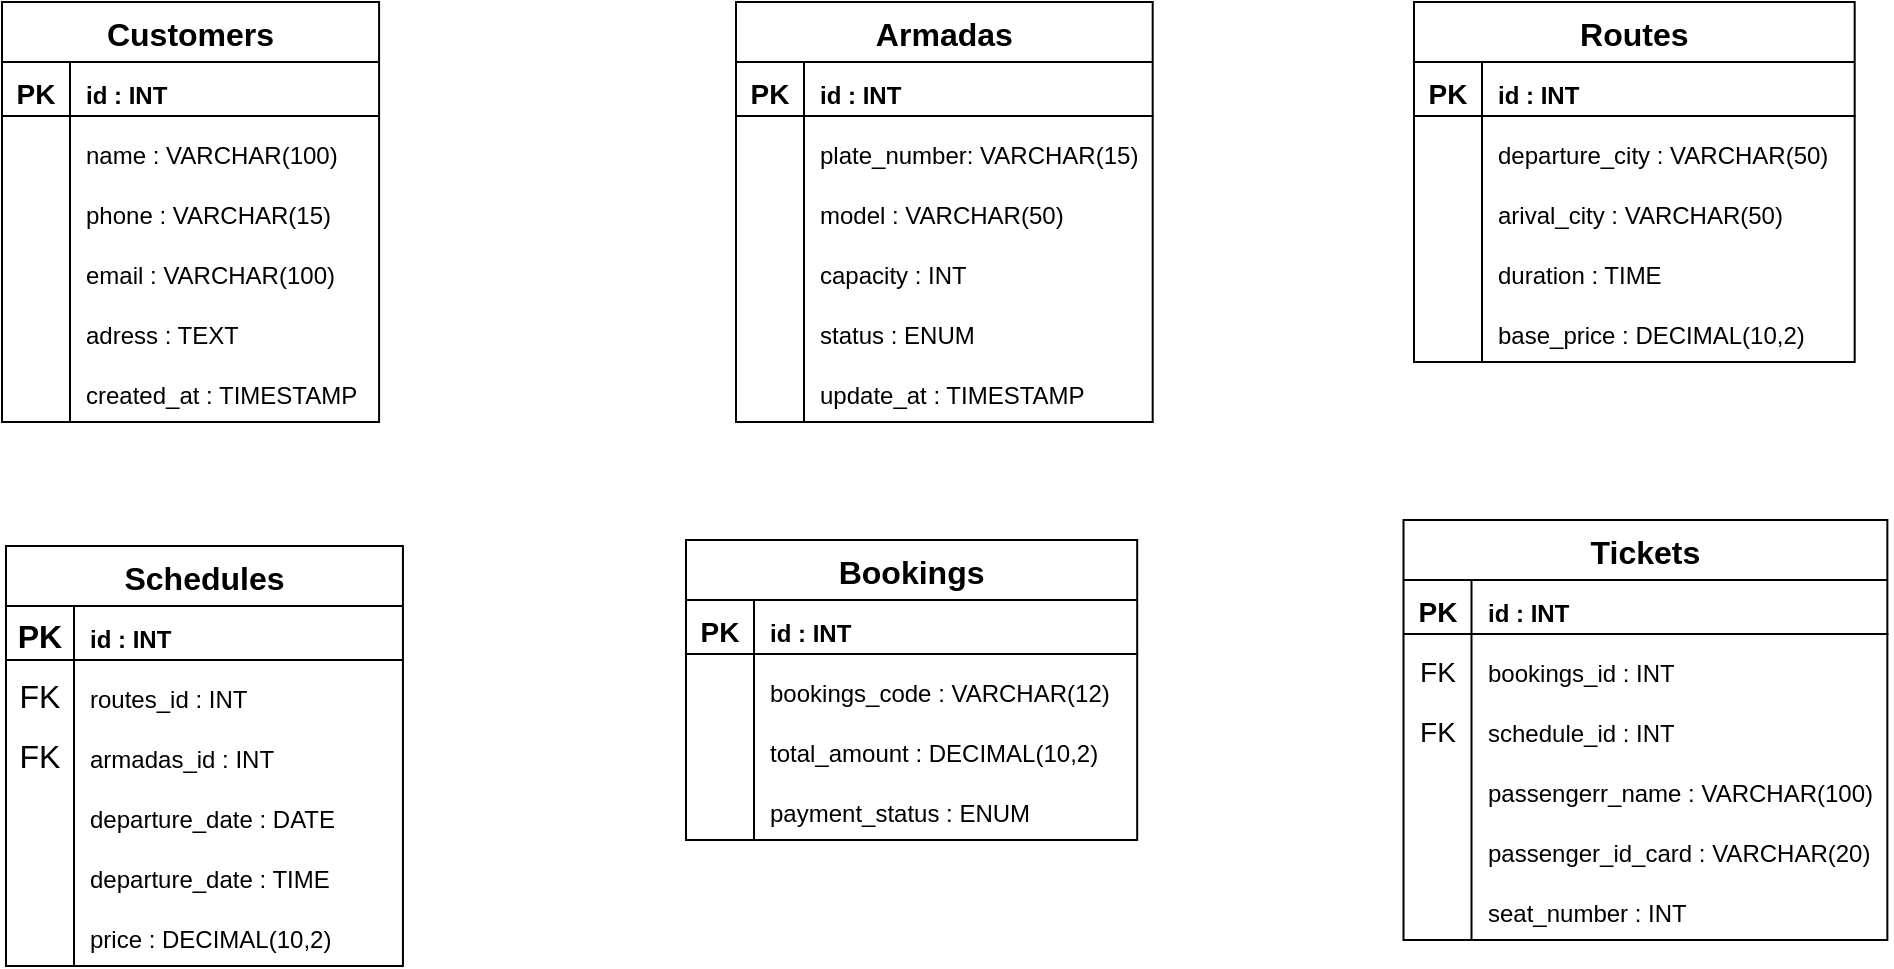
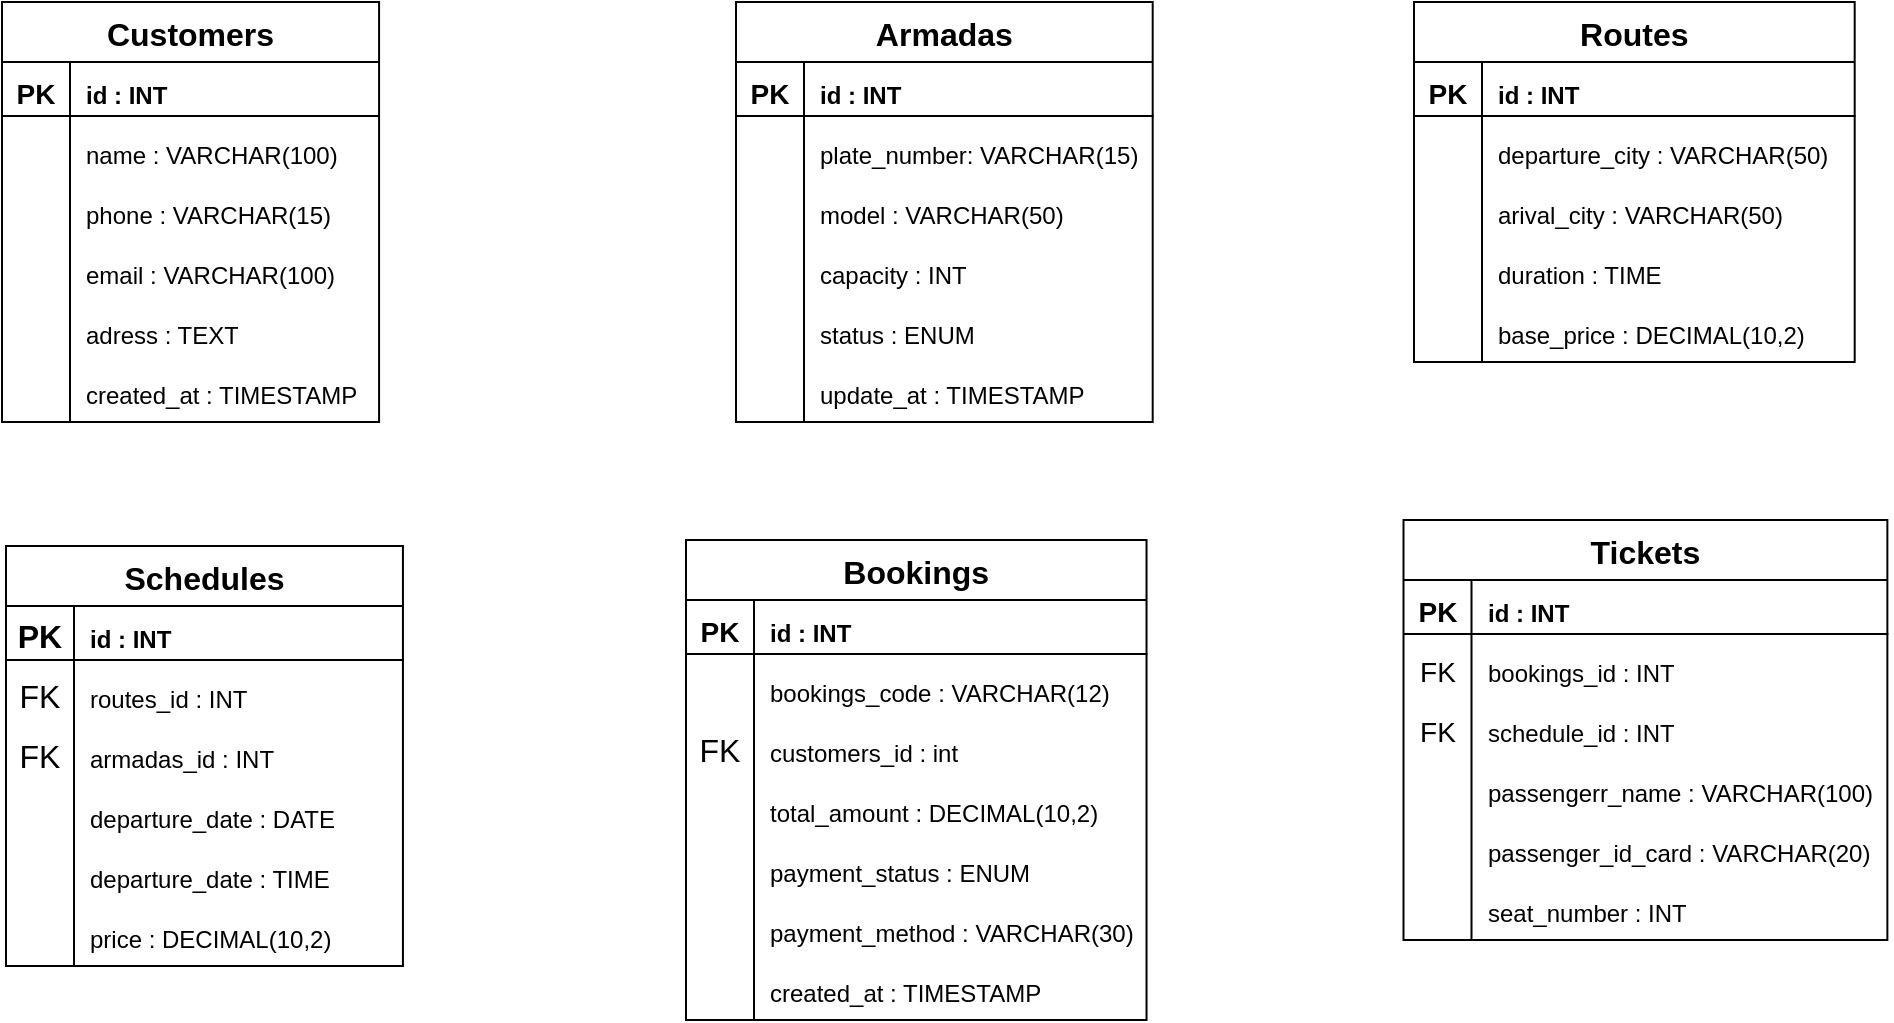
<mxfile host="Electron">
  <diagram name="Page-1" id="kJ8Mc6y_ZzB0DB1dgNBE">
    <mxGraphModel dx="1439" dy="849" grid="0" gridSize="10" guides="1" tooltips="1" connect="1" arrows="1" fold="1" page="1" pageScale="1" pageWidth="1169" pageHeight="827" background="#ffffff" math="0" shadow="0">
      <root>
        <mxCell id="0" />
        <mxCell id="1" parent="0" />
        <mxCell id="spA_d-TOyame6YQLWrdW-179" parent="1" style="shape=table;startSize=30;container=1;collapsible=0;childLayout=tableLayout;fixedRows=1;rowLines=0;fontStyle=1;strokeColor=#000000;fontSize=16;fontColor=#000000;fillColor=#FFFFFF;" value="Customers" vertex="1">
          <mxGeometry height="210" width="188.54173932756737" x="130" y="88" as="geometry" />
        </mxCell>
        <mxCell id="spA_d-TOyame6YQLWrdW-180" parent="spA_d-TOyame6YQLWrdW-179" style="shape=tableRow;horizontal=0;startSize=0;swimlaneHead=0;swimlaneBody=0;top=0;left=0;bottom=0;right=0;collapsible=0;dropTarget=0;fillColor=none;points=[[0,0.5],[1,0.5]];portConstraint=eastwest;strokeColor=inherit;fontSize=16;" value="" vertex="1">
          <mxGeometry height="30" width="188.54173932756737" y="30" as="geometry" />
        </mxCell>
        <mxCell id="spA_d-TOyame6YQLWrdW-181" parent="spA_d-TOyame6YQLWrdW-180" style="shape=partialRectangle;html=1;whiteSpace=wrap;connectable=0;fillColor=none;top=0;left=0;bottom=0;right=0;overflow=hidden;pointerEvents=1;strokeColor=#000000;fontSize=16;fontColor=#000000;" value="&lt;b&gt;&lt;font style=&quot;font-size: 14px;&quot;&gt;PK&lt;/font&gt;&lt;/b&gt;" vertex="1">
          <mxGeometry height="30" width="34" as="geometry">
            <mxRectangle height="30" width="34" as="alternateBounds" />
          </mxGeometry>
        </mxCell>
        <mxCell id="spA_d-TOyame6YQLWrdW-182" parent="spA_d-TOyame6YQLWrdW-180" style="shape=partialRectangle;html=1;whiteSpace=wrap;connectable=0;fillColor=none;top=0;left=0;bottom=0;right=0;align=left;spacingLeft=6;overflow=hidden;strokeColor=#000000;fontSize=16;fontColor=#000000;" value="&lt;font style=&quot;font-size: 12px;&quot;&gt;&lt;b&gt;id : INT&lt;/b&gt;&lt;/font&gt;" vertex="1">
          <mxGeometry height="30" width="155" x="34" as="geometry">
            <mxRectangle height="30" width="155" as="alternateBounds" />
          </mxGeometry>
        </mxCell>
        <mxCell id="spA_d-TOyame6YQLWrdW-183" parent="spA_d-TOyame6YQLWrdW-179" style="shape=tableRow;horizontal=0;startSize=0;swimlaneHead=0;swimlaneBody=0;top=0;left=0;bottom=0;right=0;collapsible=0;dropTarget=0;fillColor=none;points=[[0,0.5],[1,0.5]];portConstraint=eastwest;strokeColor=inherit;fontSize=16;" value="" vertex="1">
          <mxGeometry height="30" width="188.54173932756737" y="60" as="geometry" />
        </mxCell>
        <mxCell id="spA_d-TOyame6YQLWrdW-184" parent="spA_d-TOyame6YQLWrdW-183" style="shape=partialRectangle;html=1;whiteSpace=wrap;connectable=0;fillColor=none;top=0;left=0;bottom=0;right=0;overflow=hidden;strokeColor=inherit;fontSize=16;fontColor=#000000;" value="" vertex="1">
          <mxGeometry height="30" width="34" as="geometry">
            <mxRectangle height="30" width="34" as="alternateBounds" />
          </mxGeometry>
        </mxCell>
        <mxCell id="spA_d-TOyame6YQLWrdW-185" parent="spA_d-TOyame6YQLWrdW-183" style="shape=partialRectangle;html=1;whiteSpace=wrap;connectable=0;fillColor=none;top=0;left=0;bottom=0;right=0;align=left;spacingLeft=6;overflow=hidden;strokeColor=inherit;fontSize=16;fontColor=#000000;" value="&lt;span style=&quot;color: rgb(0, 0, 0); font-size: 12px;&quot;&gt;name :&amp;nbsp;&lt;/span&gt;&lt;span style=&quot;color: rgb(0, 0, 0); font-size: 12px; text-align: center;&quot;&gt;VARCHAR(100)&lt;/span&gt;" vertex="1">
          <mxGeometry height="30" width="155" x="34" as="geometry">
            <mxRectangle height="30" width="155" as="alternateBounds" />
          </mxGeometry>
        </mxCell>
        <mxCell id="spA_d-TOyame6YQLWrdW-186" parent="spA_d-TOyame6YQLWrdW-179" style="shape=tableRow;horizontal=0;startSize=0;swimlaneHead=0;swimlaneBody=0;top=0;left=0;bottom=0;right=0;collapsible=0;dropTarget=0;fillColor=none;points=[[0,0.5],[1,0.5]];portConstraint=eastwest;strokeColor=inherit;fontSize=16;" value="" vertex="1">
          <mxGeometry height="30" width="188.54173932756737" y="90" as="geometry" />
        </mxCell>
        <mxCell id="spA_d-TOyame6YQLWrdW-187" parent="spA_d-TOyame6YQLWrdW-186" style="shape=partialRectangle;html=1;whiteSpace=wrap;connectable=0;fillColor=none;top=0;left=0;bottom=0;right=0;overflow=hidden;strokeColor=inherit;fontSize=16;fontColor=#000000;" value="" vertex="1">
          <mxGeometry height="30" width="34" as="geometry">
            <mxRectangle height="30" width="34" as="alternateBounds" />
          </mxGeometry>
        </mxCell>
        <mxCell id="spA_d-TOyame6YQLWrdW-188" parent="spA_d-TOyame6YQLWrdW-186" style="shape=partialRectangle;html=1;whiteSpace=wrap;connectable=0;fillColor=none;top=0;left=0;bottom=0;right=0;align=left;spacingLeft=6;overflow=hidden;strokeColor=inherit;fontSize=16;fontColor=#000000;" value="&lt;span style=&quot;color: rgb(0, 0, 0); font-size: 12px;&quot;&gt;phone :&amp;nbsp;&lt;/span&gt;&lt;span style=&quot;color: rgb(0, 0, 0); font-size: 12px; text-align: center;&quot;&gt;VARCHAR(15)&lt;/span&gt;" vertex="1">
          <mxGeometry height="30" width="155" x="34" as="geometry">
            <mxRectangle height="30" width="155" as="alternateBounds" />
          </mxGeometry>
        </mxCell>
        <mxCell id="Xo8xpW6T9qOqPY2RvKqo-4" parent="spA_d-TOyame6YQLWrdW-179" style="shape=tableRow;horizontal=0;startSize=0;swimlaneHead=0;swimlaneBody=0;top=0;left=0;bottom=0;right=0;collapsible=0;dropTarget=0;fillColor=none;points=[[0,0.5],[1,0.5]];portConstraint=eastwest;strokeColor=inherit;fontSize=16;" value="" vertex="1">
          <mxGeometry height="30" width="188.54173932756737" y="120" as="geometry" />
        </mxCell>
        <mxCell id="Xo8xpW6T9qOqPY2RvKqo-5" parent="Xo8xpW6T9qOqPY2RvKqo-4" style="shape=partialRectangle;html=1;whiteSpace=wrap;connectable=0;fillColor=none;top=0;left=0;bottom=0;right=0;overflow=hidden;strokeColor=inherit;fontSize=16;fontColor=#000000;" value="" vertex="1">
          <mxGeometry height="30" width="34" as="geometry">
            <mxRectangle height="30" width="34" as="alternateBounds" />
          </mxGeometry>
        </mxCell>
        <mxCell id="Xo8xpW6T9qOqPY2RvKqo-6" parent="Xo8xpW6T9qOqPY2RvKqo-4" style="shape=partialRectangle;html=1;whiteSpace=wrap;connectable=0;fillColor=none;top=0;left=0;bottom=0;right=0;align=left;spacingLeft=6;overflow=hidden;strokeColor=inherit;fontSize=16;fontColor=#000000;" value="&lt;span style=&quot;color: rgb(0, 0, 0); font-size: 12px;&quot;&gt;email :&amp;nbsp;&lt;/span&gt;&lt;span style=&quot;color: rgb(0, 0, 0); font-size: 12px; text-align: center;&quot;&gt;VARCHAR(100)&lt;/span&gt;" vertex="1">
          <mxGeometry height="30" width="155" x="34" as="geometry">
            <mxRectangle height="30" width="155" as="alternateBounds" />
          </mxGeometry>
        </mxCell>
        <mxCell id="4wj_1gfYNaP55m7zzhlJ-24" parent="spA_d-TOyame6YQLWrdW-179" style="shape=tableRow;horizontal=0;startSize=0;swimlaneHead=0;swimlaneBody=0;top=0;left=0;bottom=0;right=0;collapsible=0;dropTarget=0;fillColor=none;points=[[0,0.5],[1,0.5]];portConstraint=eastwest;strokeColor=inherit;fontSize=16;" value="" vertex="1">
          <mxGeometry height="30" width="188.54173932756737" y="150" as="geometry" />
        </mxCell>
        <mxCell id="4wj_1gfYNaP55m7zzhlJ-25" parent="4wj_1gfYNaP55m7zzhlJ-24" style="shape=partialRectangle;html=1;whiteSpace=wrap;connectable=0;fillColor=none;top=0;left=0;bottom=0;right=0;overflow=hidden;strokeColor=inherit;fontSize=16;fontColor=#000000;" value="" vertex="1">
          <mxGeometry height="30" width="34" as="geometry">
            <mxRectangle height="30" width="34" as="alternateBounds" />
          </mxGeometry>
        </mxCell>
        <mxCell id="4wj_1gfYNaP55m7zzhlJ-26" parent="4wj_1gfYNaP55m7zzhlJ-24" style="shape=partialRectangle;html=1;whiteSpace=wrap;connectable=0;fillColor=none;top=0;left=0;bottom=0;right=0;align=left;spacingLeft=6;overflow=hidden;strokeColor=inherit;fontSize=16;fontColor=#000000;" value="&lt;div style=&quot;text-align: center;&quot;&gt;&lt;span style=&quot;color: rgb(0, 0, 0); font-size: 12px; background-color: transparent;&quot;&gt;adress : TEXT&lt;/span&gt;&lt;/div&gt;" vertex="1">
          <mxGeometry height="30" width="155" x="34" as="geometry">
            <mxRectangle height="30" width="155" as="alternateBounds" />
          </mxGeometry>
        </mxCell>
        <mxCell id="4wj_1gfYNaP55m7zzhlJ-27" parent="spA_d-TOyame6YQLWrdW-179" style="shape=tableRow;horizontal=0;startSize=0;swimlaneHead=0;swimlaneBody=0;top=0;left=0;bottom=0;right=0;collapsible=0;dropTarget=0;fillColor=none;points=[[0,0.5],[1,0.5]];portConstraint=eastwest;strokeColor=inherit;fontSize=16;" value="" vertex="1">
          <mxGeometry height="30" width="188.54173932756737" y="180" as="geometry" />
        </mxCell>
        <mxCell id="4wj_1gfYNaP55m7zzhlJ-28" parent="4wj_1gfYNaP55m7zzhlJ-27" style="shape=partialRectangle;html=1;whiteSpace=wrap;connectable=0;fillColor=none;top=0;left=0;bottom=0;right=0;overflow=hidden;strokeColor=inherit;fontSize=16;fontColor=#000000;" value="" vertex="1">
          <mxGeometry height="30" width="34" as="geometry">
            <mxRectangle height="30" width="34" as="alternateBounds" />
          </mxGeometry>
        </mxCell>
        <mxCell id="4wj_1gfYNaP55m7zzhlJ-29" parent="4wj_1gfYNaP55m7zzhlJ-27" style="shape=partialRectangle;html=1;whiteSpace=wrap;connectable=0;fillColor=none;top=0;left=0;bottom=0;right=0;align=left;spacingLeft=6;overflow=hidden;strokeColor=inherit;fontSize=16;fontColor=#000000;" value="&lt;div style=&quot;text-align: center;&quot;&gt;&lt;span style=&quot;color: rgb(0, 0, 0); font-size: 12px; background-color: transparent;&quot;&gt;created_at : TIMESTAMP&lt;/span&gt;&lt;/div&gt;" vertex="1">
          <mxGeometry height="30" width="155" x="34" as="geometry">
            <mxRectangle height="30" width="155" as="alternateBounds" />
          </mxGeometry>
        </mxCell>
        <mxCell id="Xo8xpW6T9qOqPY2RvKqo-3" edge="1" parent="spA_d-TOyame6YQLWrdW-179" source="spA_d-TOyame6YQLWrdW-180" style="endArrow=none;html=1;rounded=0;strokeColor=#000000;entryX=1.002;entryY=0.898;entryDx=0;entryDy=0;entryPerimeter=0;exitX=0;exitY=0.9;exitDx=0;exitDy=0;exitPerimeter=0;" target="spA_d-TOyame6YQLWrdW-180" value="">
          <mxGeometry height="50" relative="1" width="50" as="geometry">
            <mxPoint x="72" y="102" as="sourcePoint" />
            <mxPoint x="122" y="52" as="targetPoint" />
          </mxGeometry>
        </mxCell>
        <mxCell id="Xo8xpW6T9qOqPY2RvKqo-7" parent="1" style="shape=table;startSize=30;container=1;collapsible=0;childLayout=tableLayout;fixedRows=1;rowLines=0;fontStyle=1;strokeColor=#000000;fontSize=16;fontColor=#000000;fillColor=#FFFFFF;" value="Armadas" vertex="1">
          <mxGeometry height="210" width="208.34497754179932" x="497" y="88" as="geometry" />
        </mxCell>
        <mxCell id="Xo8xpW6T9qOqPY2RvKqo-8" parent="Xo8xpW6T9qOqPY2RvKqo-7" style="shape=tableRow;horizontal=0;startSize=0;swimlaneHead=0;swimlaneBody=0;top=0;left=0;bottom=0;right=0;collapsible=0;dropTarget=0;fillColor=none;points=[[0,0.5],[1,0.5]];portConstraint=eastwest;strokeColor=inherit;fontSize=16;" value="" vertex="1">
          <mxGeometry height="30" width="208.34497754179932" y="30" as="geometry" />
        </mxCell>
        <mxCell id="Xo8xpW6T9qOqPY2RvKqo-9" parent="Xo8xpW6T9qOqPY2RvKqo-8" style="shape=partialRectangle;html=1;whiteSpace=wrap;connectable=0;fillColor=none;top=0;left=0;bottom=0;right=0;overflow=hidden;pointerEvents=1;strokeColor=#000000;fontSize=16;fontColor=#000000;" value="&lt;b&gt;&lt;font style=&quot;font-size: 14px;&quot;&gt;PK&lt;/font&gt;&lt;/b&gt;" vertex="1">
          <mxGeometry height="30" width="34" as="geometry">
            <mxRectangle height="30" width="34" as="alternateBounds" />
          </mxGeometry>
        </mxCell>
        <mxCell id="Xo8xpW6T9qOqPY2RvKqo-10" parent="Xo8xpW6T9qOqPY2RvKqo-8" style="shape=partialRectangle;html=1;whiteSpace=wrap;connectable=0;fillColor=none;top=0;left=0;bottom=0;right=0;align=left;spacingLeft=6;overflow=hidden;strokeColor=#000000;fontSize=16;fontColor=#000000;" value="&lt;font style=&quot;font-size: 12px;&quot;&gt;&lt;b&gt;id : INT&lt;/b&gt;&lt;/font&gt;" vertex="1">
          <mxGeometry height="30" width="174" x="34" as="geometry">
            <mxRectangle height="30" width="174" as="alternateBounds" />
          </mxGeometry>
        </mxCell>
        <mxCell id="Xo8xpW6T9qOqPY2RvKqo-11" parent="Xo8xpW6T9qOqPY2RvKqo-7" style="shape=tableRow;horizontal=0;startSize=0;swimlaneHead=0;swimlaneBody=0;top=0;left=0;bottom=0;right=0;collapsible=0;dropTarget=0;fillColor=none;points=[[0,0.5],[1,0.5]];portConstraint=eastwest;strokeColor=inherit;fontSize=16;" value="" vertex="1">
          <mxGeometry height="30" width="208.34497754179932" y="60" as="geometry" />
        </mxCell>
        <mxCell id="Xo8xpW6T9qOqPY2RvKqo-12" parent="Xo8xpW6T9qOqPY2RvKqo-11" style="shape=partialRectangle;html=1;whiteSpace=wrap;connectable=0;fillColor=none;top=0;left=0;bottom=0;right=0;overflow=hidden;strokeColor=inherit;fontSize=16;fontColor=#000000;" value="" vertex="1">
          <mxGeometry height="30" width="34" as="geometry">
            <mxRectangle height="30" width="34" as="alternateBounds" />
          </mxGeometry>
        </mxCell>
        <mxCell id="Xo8xpW6T9qOqPY2RvKqo-13" parent="Xo8xpW6T9qOqPY2RvKqo-11" style="shape=partialRectangle;html=1;whiteSpace=wrap;connectable=0;fillColor=none;top=0;left=0;bottom=0;right=0;align=left;spacingLeft=6;overflow=hidden;strokeColor=inherit;fontSize=16;fontColor=#000000;" value="&lt;font color=&quot;#000000&quot;&gt;&lt;span style=&quot;font-size: 12px;&quot;&gt;plate_number: VARCHAR(&lt;/span&gt;&lt;span style=&quot;font-size: 12px;&quot;&gt;15&lt;/span&gt;&lt;span style=&quot;font-size: 12px;&quot;&gt;)&lt;/span&gt;&lt;/font&gt;" vertex="1">
          <mxGeometry height="30" width="174" x="34" as="geometry">
            <mxRectangle height="30" width="174" as="alternateBounds" />
          </mxGeometry>
        </mxCell>
        <mxCell id="Xo8xpW6T9qOqPY2RvKqo-14" parent="Xo8xpW6T9qOqPY2RvKqo-7" style="shape=tableRow;horizontal=0;startSize=0;swimlaneHead=0;swimlaneBody=0;top=0;left=0;bottom=0;right=0;collapsible=0;dropTarget=0;fillColor=none;points=[[0,0.5],[1,0.5]];portConstraint=eastwest;strokeColor=inherit;fontSize=16;" value="" vertex="1">
          <mxGeometry height="30" width="208.34497754179932" y="90" as="geometry" />
        </mxCell>
        <mxCell id="Xo8xpW6T9qOqPY2RvKqo-15" parent="Xo8xpW6T9qOqPY2RvKqo-14" style="shape=partialRectangle;html=1;whiteSpace=wrap;connectable=0;fillColor=none;top=0;left=0;bottom=0;right=0;overflow=hidden;strokeColor=inherit;fontSize=16;fontColor=#000000;" value="" vertex="1">
          <mxGeometry height="30" width="34" as="geometry">
            <mxRectangle height="30" width="34" as="alternateBounds" />
          </mxGeometry>
        </mxCell>
        <mxCell id="Xo8xpW6T9qOqPY2RvKqo-16" parent="Xo8xpW6T9qOqPY2RvKqo-14" style="shape=partialRectangle;html=1;whiteSpace=wrap;connectable=0;fillColor=none;top=0;left=0;bottom=0;right=0;align=left;spacingLeft=6;overflow=hidden;strokeColor=inherit;fontSize=16;fontColor=#000000;" value="&lt;div style=&quot;text-align: center;&quot;&gt;&lt;span style=&quot;color: rgb(0, 0, 0); font-size: 12px; text-align: left;&quot;&gt;model : VARCHAR(50)&lt;/span&gt;&lt;/div&gt;" vertex="1">
          <mxGeometry height="30" width="174" x="34" as="geometry">
            <mxRectangle height="30" width="174" as="alternateBounds" />
          </mxGeometry>
        </mxCell>
        <mxCell id="Xo8xpW6T9qOqPY2RvKqo-17" parent="Xo8xpW6T9qOqPY2RvKqo-7" style="shape=tableRow;horizontal=0;startSize=0;swimlaneHead=0;swimlaneBody=0;top=0;left=0;bottom=0;right=0;collapsible=0;dropTarget=0;fillColor=none;points=[[0,0.5],[1,0.5]];portConstraint=eastwest;strokeColor=inherit;fontSize=16;" value="" vertex="1">
          <mxGeometry height="30" width="208.34497754179932" y="120" as="geometry" />
        </mxCell>
        <mxCell id="Xo8xpW6T9qOqPY2RvKqo-18" parent="Xo8xpW6T9qOqPY2RvKqo-17" style="shape=partialRectangle;html=1;whiteSpace=wrap;connectable=0;fillColor=none;top=0;left=0;bottom=0;right=0;overflow=hidden;strokeColor=inherit;fontSize=16;fontColor=#000000;" value="" vertex="1">
          <mxGeometry height="30" width="34" as="geometry">
            <mxRectangle height="30" width="34" as="alternateBounds" />
          </mxGeometry>
        </mxCell>
        <mxCell id="Xo8xpW6T9qOqPY2RvKqo-19" parent="Xo8xpW6T9qOqPY2RvKqo-17" style="shape=partialRectangle;html=1;whiteSpace=wrap;connectable=0;fillColor=none;top=0;left=0;bottom=0;right=0;align=left;spacingLeft=6;overflow=hidden;strokeColor=inherit;fontSize=16;fontColor=#000000;" value="&lt;span style=&quot;color: rgb(0, 0, 0); font-size: 12px; text-align: center;&quot;&gt;capacity : INT&lt;/span&gt;" vertex="1">
          <mxGeometry height="30" width="174" x="34" as="geometry">
            <mxRectangle height="30" width="174" as="alternateBounds" />
          </mxGeometry>
        </mxCell>
        <mxCell id="BzmTT121cw_u00IB5EKc-1" parent="Xo8xpW6T9qOqPY2RvKqo-7" style="shape=tableRow;horizontal=0;startSize=0;swimlaneHead=0;swimlaneBody=0;top=0;left=0;bottom=0;right=0;collapsible=0;dropTarget=0;fillColor=none;points=[[0,0.5],[1,0.5]];portConstraint=eastwest;strokeColor=inherit;fontSize=16;" value="" vertex="1">
          <mxGeometry height="30" width="208.34497754179932" y="150" as="geometry" />
        </mxCell>
        <mxCell id="BzmTT121cw_u00IB5EKc-2" parent="BzmTT121cw_u00IB5EKc-1" style="shape=partialRectangle;html=1;whiteSpace=wrap;connectable=0;fillColor=none;top=0;left=0;bottom=0;right=0;overflow=hidden;strokeColor=inherit;fontSize=16;fontColor=#000000;" value="" vertex="1">
          <mxGeometry height="30" width="34" as="geometry">
            <mxRectangle height="30" width="34" as="alternateBounds" />
          </mxGeometry>
        </mxCell>
        <mxCell id="BzmTT121cw_u00IB5EKc-3" parent="BzmTT121cw_u00IB5EKc-1" style="shape=partialRectangle;html=1;whiteSpace=wrap;connectable=0;fillColor=none;top=0;left=0;bottom=0;right=0;align=left;spacingLeft=6;overflow=hidden;strokeColor=inherit;fontSize=16;fontColor=#000000;" value="&lt;span style=&quot;color: rgb(0, 0, 0); font-size: 12px;&quot;&gt;status :&amp;nbsp;&lt;/span&gt;&lt;span style=&quot;color: rgb(0, 0, 0); font-size: 12px; text-align: center;&quot;&gt;ENUM&lt;/span&gt;" vertex="1">
          <mxGeometry height="30" width="174" x="34" as="geometry">
            <mxRectangle height="30" width="174" as="alternateBounds" />
          </mxGeometry>
        </mxCell>
        <mxCell id="BzmTT121cw_u00IB5EKc-4" parent="Xo8xpW6T9qOqPY2RvKqo-7" style="shape=tableRow;horizontal=0;startSize=0;swimlaneHead=0;swimlaneBody=0;top=0;left=0;bottom=0;right=0;collapsible=0;dropTarget=0;fillColor=none;points=[[0,0.5],[1,0.5]];portConstraint=eastwest;strokeColor=inherit;fontSize=16;" value="" vertex="1">
          <mxGeometry height="30" width="208.34497754179932" y="180" as="geometry" />
        </mxCell>
        <mxCell id="BzmTT121cw_u00IB5EKc-5" parent="BzmTT121cw_u00IB5EKc-4" style="shape=partialRectangle;html=1;whiteSpace=wrap;connectable=0;fillColor=none;top=0;left=0;bottom=0;right=0;overflow=hidden;strokeColor=inherit;fontSize=16;fontColor=#000000;" value="" vertex="1">
          <mxGeometry height="30" width="34" as="geometry">
            <mxRectangle height="30" width="34" as="alternateBounds" />
          </mxGeometry>
        </mxCell>
        <mxCell id="BzmTT121cw_u00IB5EKc-6" parent="BzmTT121cw_u00IB5EKc-4" style="shape=partialRectangle;html=1;whiteSpace=wrap;connectable=0;fillColor=none;top=0;left=0;bottom=0;right=0;align=left;spacingLeft=6;overflow=hidden;strokeColor=inherit;fontSize=16;fontColor=#000000;" value="&lt;div style=&quot;text-align: center;&quot;&gt;&lt;span style=&quot;color: rgb(0, 0, 0); font-size: 12px; background-color: transparent;&quot;&gt;update_at : TIMESTAMP&lt;/span&gt;&lt;/div&gt;" vertex="1">
          <mxGeometry height="30" width="174" x="34" as="geometry">
            <mxRectangle height="30" width="174" as="alternateBounds" />
          </mxGeometry>
        </mxCell>
        <mxCell id="Xo8xpW6T9qOqPY2RvKqo-20" edge="1" parent="Xo8xpW6T9qOqPY2RvKqo-7" source="Xo8xpW6T9qOqPY2RvKqo-8" style="endArrow=none;html=1;rounded=0;strokeColor=#000000;entryX=1.002;entryY=0.898;entryDx=0;entryDy=0;entryPerimeter=0;exitX=0;exitY=0.9;exitDx=0;exitDy=0;exitPerimeter=0;" target="Xo8xpW6T9qOqPY2RvKqo-8" value="">
          <mxGeometry height="50" relative="1" width="50" as="geometry">
            <mxPoint x="72" y="102" as="sourcePoint" />
            <mxPoint x="122" y="52" as="targetPoint" />
          </mxGeometry>
        </mxCell>
        <mxCell id="Xo8xpW6T9qOqPY2RvKqo-21" parent="1" style="shape=table;startSize=30;container=1;collapsible=0;childLayout=tableLayout;fixedRows=1;rowLines=0;fontStyle=1;strokeColor=#000000;fontSize=16;fontColor=#000000;fillColor=#FFFFFF;" value="Routes" vertex="1">
          <mxGeometry height="180" width="220.34746442522356" x="836" y="88" as="geometry" />
        </mxCell>
        <mxCell id="Xo8xpW6T9qOqPY2RvKqo-22" parent="Xo8xpW6T9qOqPY2RvKqo-21" style="shape=tableRow;horizontal=0;startSize=0;swimlaneHead=0;swimlaneBody=0;top=0;left=0;bottom=0;right=0;collapsible=0;dropTarget=0;fillColor=none;points=[[0,0.5],[1,0.5]];portConstraint=eastwest;strokeColor=inherit;fontSize=16;" value="" vertex="1">
          <mxGeometry height="30" width="220.34746442522356" y="30" as="geometry" />
        </mxCell>
        <mxCell id="Xo8xpW6T9qOqPY2RvKqo-23" parent="Xo8xpW6T9qOqPY2RvKqo-22" style="shape=partialRectangle;html=1;whiteSpace=wrap;connectable=0;fillColor=none;top=0;left=0;bottom=0;right=0;overflow=hidden;pointerEvents=1;strokeColor=#000000;fontSize=16;fontColor=#000000;" value="&lt;b&gt;&lt;font style=&quot;font-size: 14px;&quot;&gt;PK&lt;/font&gt;&lt;/b&gt;" vertex="1">
          <mxGeometry height="30" width="34" as="geometry">
            <mxRectangle height="30" width="34" as="alternateBounds" />
          </mxGeometry>
        </mxCell>
        <mxCell id="Xo8xpW6T9qOqPY2RvKqo-24" parent="Xo8xpW6T9qOqPY2RvKqo-22" style="shape=partialRectangle;html=1;whiteSpace=wrap;connectable=0;fillColor=none;top=0;left=0;bottom=0;right=0;align=left;spacingLeft=6;overflow=hidden;strokeColor=#000000;fontSize=16;fontColor=#000000;" value="&lt;font style=&quot;font-size: 12px;&quot;&gt;&lt;b&gt;id : INT&lt;/b&gt;&lt;/font&gt;" vertex="1">
          <mxGeometry height="30" width="186" x="34" as="geometry">
            <mxRectangle height="30" width="186" as="alternateBounds" />
          </mxGeometry>
        </mxCell>
        <mxCell id="Xo8xpW6T9qOqPY2RvKqo-25" parent="Xo8xpW6T9qOqPY2RvKqo-21" style="shape=tableRow;horizontal=0;startSize=0;swimlaneHead=0;swimlaneBody=0;top=0;left=0;bottom=0;right=0;collapsible=0;dropTarget=0;fillColor=none;points=[[0,0.5],[1,0.5]];portConstraint=eastwest;strokeColor=inherit;fontSize=16;" value="" vertex="1">
          <mxGeometry height="30" width="220.34746442522356" y="60" as="geometry" />
        </mxCell>
        <mxCell id="Xo8xpW6T9qOqPY2RvKqo-26" parent="Xo8xpW6T9qOqPY2RvKqo-25" style="shape=partialRectangle;html=1;whiteSpace=wrap;connectable=0;fillColor=none;top=0;left=0;bottom=0;right=0;overflow=hidden;strokeColor=inherit;fontSize=16;fontColor=#000000;" value="" vertex="1">
          <mxGeometry height="30" width="34" as="geometry">
            <mxRectangle height="30" width="34" as="alternateBounds" />
          </mxGeometry>
        </mxCell>
        <mxCell id="Xo8xpW6T9qOqPY2RvKqo-27" parent="Xo8xpW6T9qOqPY2RvKqo-25" style="shape=partialRectangle;html=1;whiteSpace=wrap;connectable=0;fillColor=none;top=0;left=0;bottom=0;right=0;align=left;spacingLeft=6;overflow=hidden;strokeColor=inherit;fontSize=16;fontColor=#000000;" value="&lt;font color=&quot;#000000&quot;&gt;&lt;span style=&quot;font-size: 12px;&quot;&gt;departure_city : VARCHAR(50)&lt;/span&gt;&lt;/font&gt;" vertex="1">
          <mxGeometry height="30" width="186" x="34" as="geometry">
            <mxRectangle height="30" width="186" as="alternateBounds" />
          </mxGeometry>
        </mxCell>
        <mxCell id="Xo8xpW6T9qOqPY2RvKqo-28" parent="Xo8xpW6T9qOqPY2RvKqo-21" style="shape=tableRow;horizontal=0;startSize=0;swimlaneHead=0;swimlaneBody=0;top=0;left=0;bottom=0;right=0;collapsible=0;dropTarget=0;fillColor=none;points=[[0,0.5],[1,0.5]];portConstraint=eastwest;strokeColor=inherit;fontSize=16;" value="" vertex="1">
          <mxGeometry height="30" width="220.34746442522356" y="90" as="geometry" />
        </mxCell>
        <mxCell id="Xo8xpW6T9qOqPY2RvKqo-29" parent="Xo8xpW6T9qOqPY2RvKqo-28" style="shape=partialRectangle;html=1;whiteSpace=wrap;connectable=0;fillColor=none;top=0;left=0;bottom=0;right=0;overflow=hidden;strokeColor=inherit;fontSize=16;fontColor=#000000;" value="" vertex="1">
          <mxGeometry height="30" width="34" as="geometry">
            <mxRectangle height="30" width="34" as="alternateBounds" />
          </mxGeometry>
        </mxCell>
        <mxCell id="Xo8xpW6T9qOqPY2RvKqo-30" parent="Xo8xpW6T9qOqPY2RvKqo-28" style="shape=partialRectangle;html=1;whiteSpace=wrap;connectable=0;fillColor=none;top=0;left=0;bottom=0;right=0;align=left;spacingLeft=6;overflow=hidden;strokeColor=inherit;fontSize=16;fontColor=#000000;" value="&lt;div style=&quot;text-align: center;&quot;&gt;&lt;span style=&quot;color: rgb(0, 0, 0); font-size: 12px; background-color: transparent;&quot;&gt;arival_city : VARCHAR(50)&lt;/span&gt;&lt;/div&gt;" vertex="1">
          <mxGeometry height="30" width="186" x="34" as="geometry">
            <mxRectangle height="30" width="186" as="alternateBounds" />
          </mxGeometry>
        </mxCell>
        <mxCell id="Xo8xpW6T9qOqPY2RvKqo-31" parent="Xo8xpW6T9qOqPY2RvKqo-21" style="shape=tableRow;horizontal=0;startSize=0;swimlaneHead=0;swimlaneBody=0;top=0;left=0;bottom=0;right=0;collapsible=0;dropTarget=0;fillColor=none;points=[[0,0.5],[1,0.5]];portConstraint=eastwest;strokeColor=inherit;fontSize=16;" value="" vertex="1">
          <mxGeometry height="30" width="220.34746442522356" y="120" as="geometry" />
        </mxCell>
        <mxCell id="Xo8xpW6T9qOqPY2RvKqo-32" parent="Xo8xpW6T9qOqPY2RvKqo-31" style="shape=partialRectangle;html=1;whiteSpace=wrap;connectable=0;fillColor=none;top=0;left=0;bottom=0;right=0;overflow=hidden;strokeColor=inherit;fontSize=16;fontColor=#000000;" value="" vertex="1">
          <mxGeometry height="30" width="34" as="geometry">
            <mxRectangle height="30" width="34" as="alternateBounds" />
          </mxGeometry>
        </mxCell>
        <mxCell id="Xo8xpW6T9qOqPY2RvKqo-33" parent="Xo8xpW6T9qOqPY2RvKqo-31" style="shape=partialRectangle;html=1;whiteSpace=wrap;connectable=0;fillColor=none;top=0;left=0;bottom=0;right=0;align=left;spacingLeft=6;overflow=hidden;strokeColor=inherit;fontSize=16;fontColor=#000000;" value="&lt;div style=&quot;text-align: center;&quot;&gt;&lt;span style=&quot;color: rgb(0, 0, 0); font-size: 12px; background-color: transparent;&quot;&gt;duration : TIME&lt;/span&gt;&lt;/div&gt;" vertex="1">
          <mxGeometry height="30" width="186" x="34" as="geometry">
            <mxRectangle height="30" width="186" as="alternateBounds" />
          </mxGeometry>
        </mxCell>
        <mxCell id="BzmTT121cw_u00IB5EKc-10" parent="Xo8xpW6T9qOqPY2RvKqo-21" style="shape=tableRow;horizontal=0;startSize=0;swimlaneHead=0;swimlaneBody=0;top=0;left=0;bottom=0;right=0;collapsible=0;dropTarget=0;fillColor=none;points=[[0,0.5],[1,0.5]];portConstraint=eastwest;strokeColor=inherit;fontSize=16;" value="" vertex="1">
          <mxGeometry height="30" width="220.34746442522356" y="150" as="geometry" />
        </mxCell>
        <mxCell id="BzmTT121cw_u00IB5EKc-11" parent="BzmTT121cw_u00IB5EKc-10" style="shape=partialRectangle;html=1;whiteSpace=wrap;connectable=0;fillColor=none;top=0;left=0;bottom=0;right=0;overflow=hidden;strokeColor=inherit;fontSize=16;fontColor=#000000;" value="" vertex="1">
          <mxGeometry height="30" width="34" as="geometry">
            <mxRectangle height="30" width="34" as="alternateBounds" />
          </mxGeometry>
        </mxCell>
        <mxCell id="BzmTT121cw_u00IB5EKc-12" parent="BzmTT121cw_u00IB5EKc-10" style="shape=partialRectangle;html=1;whiteSpace=wrap;connectable=0;fillColor=none;top=0;left=0;bottom=0;right=0;align=left;spacingLeft=6;overflow=hidden;strokeColor=inherit;fontSize=16;fontColor=#000000;" value="&lt;div style=&quot;text-align: center;&quot;&gt;&lt;span style=&quot;color: rgb(0, 0, 0); font-size: 12px; background-color: transparent;&quot;&gt;base_price : DECIMAL(10,2)&lt;/span&gt;&lt;/div&gt;" vertex="1">
          <mxGeometry height="30" width="186" x="34" as="geometry">
            <mxRectangle height="30" width="186" as="alternateBounds" />
          </mxGeometry>
        </mxCell>
        <mxCell id="Xo8xpW6T9qOqPY2RvKqo-34" edge="1" parent="Xo8xpW6T9qOqPY2RvKqo-21" source="Xo8xpW6T9qOqPY2RvKqo-22" style="endArrow=none;html=1;rounded=0;strokeColor=#000000;entryX=1.002;entryY=0.898;entryDx=0;entryDy=0;entryPerimeter=0;exitX=0;exitY=0.9;exitDx=0;exitDy=0;exitPerimeter=0;" target="Xo8xpW6T9qOqPY2RvKqo-22" value="">
          <mxGeometry height="50" relative="1" width="50" as="geometry">
            <mxPoint x="72" y="102" as="sourcePoint" />
            <mxPoint x="122" y="52" as="targetPoint" />
          </mxGeometry>
        </mxCell>
        <mxCell id="Xo8xpW6T9qOqPY2RvKqo-49" parent="1" style="shape=table;startSize=30;container=1;collapsible=0;childLayout=tableLayout;fixedRows=1;rowLines=0;fontStyle=1;strokeColor=#000000;fontSize=16;fontColor=#000000;fillColor=#FFFFFF;" value="Schedules" vertex="1">
          <mxGeometry height="210" width="198.47246442522373" x="132" y="360" as="geometry" />
        </mxCell>
        <mxCell id="Xo8xpW6T9qOqPY2RvKqo-50" parent="Xo8xpW6T9qOqPY2RvKqo-49" style="shape=tableRow;horizontal=0;startSize=0;swimlaneHead=0;swimlaneBody=0;top=0;left=0;bottom=0;right=0;collapsible=0;dropTarget=0;fillColor=none;points=[[0,0.5],[1,0.5]];portConstraint=eastwest;strokeColor=inherit;fontSize=16;" value="" vertex="1">
          <mxGeometry height="30" width="198.47246442522373" y="30" as="geometry" />
        </mxCell>
        <mxCell id="Xo8xpW6T9qOqPY2RvKqo-51" parent="Xo8xpW6T9qOqPY2RvKqo-50" style="shape=partialRectangle;html=1;whiteSpace=wrap;connectable=0;fillColor=none;top=0;left=0;bottom=0;right=0;overflow=hidden;pointerEvents=1;strokeColor=#000000;fontSize=16;fontColor=#000000;" value="&lt;b&gt;PK&lt;/b&gt;" vertex="1">
          <mxGeometry height="30" width="34" as="geometry">
            <mxRectangle height="30" width="34" as="alternateBounds" />
          </mxGeometry>
        </mxCell>
        <mxCell id="Xo8xpW6T9qOqPY2RvKqo-52" parent="Xo8xpW6T9qOqPY2RvKqo-50" style="shape=partialRectangle;html=1;whiteSpace=wrap;connectable=0;fillColor=none;top=0;left=0;bottom=0;right=0;align=left;spacingLeft=6;overflow=hidden;strokeColor=#000000;fontSize=16;fontColor=#000000;" value="&lt;font style=&quot;font-size: 12px;&quot;&gt;&lt;b&gt;id : INT&lt;/b&gt;&lt;/font&gt;" vertex="1">
          <mxGeometry height="30" width="164" x="34" as="geometry">
            <mxRectangle height="30" width="164" as="alternateBounds" />
          </mxGeometry>
        </mxCell>
        <mxCell id="Xo8xpW6T9qOqPY2RvKqo-53" parent="Xo8xpW6T9qOqPY2RvKqo-49" style="shape=tableRow;horizontal=0;startSize=0;swimlaneHead=0;swimlaneBody=0;top=0;left=0;bottom=0;right=0;collapsible=0;dropTarget=0;fillColor=none;points=[[0,0.5],[1,0.5]];portConstraint=eastwest;strokeColor=inherit;fontSize=16;" value="" vertex="1">
          <mxGeometry height="30" width="198.47246442522373" y="60" as="geometry" />
        </mxCell>
        <mxCell id="Xo8xpW6T9qOqPY2RvKqo-54" parent="Xo8xpW6T9qOqPY2RvKqo-53" style="shape=partialRectangle;html=1;whiteSpace=wrap;connectable=0;fillColor=none;top=0;left=0;bottom=0;right=0;overflow=hidden;strokeColor=inherit;fontSize=16;fontColor=#000000;" value="FK" vertex="1">
          <mxGeometry height="30" width="34" as="geometry">
            <mxRectangle height="30" width="34" as="alternateBounds" />
          </mxGeometry>
        </mxCell>
        <mxCell id="Xo8xpW6T9qOqPY2RvKqo-55" parent="Xo8xpW6T9qOqPY2RvKqo-53" style="shape=partialRectangle;html=1;whiteSpace=wrap;connectable=0;fillColor=none;top=0;left=0;bottom=0;right=0;align=left;spacingLeft=6;overflow=hidden;strokeColor=inherit;fontSize=16;fontColor=#000000;" value="&lt;font color=&quot;#000000&quot;&gt;&lt;span style=&quot;font-size: 12px;&quot;&gt;routes_id : INT&lt;/span&gt;&lt;/font&gt;" vertex="1">
          <mxGeometry height="30" width="164" x="34" as="geometry">
            <mxRectangle height="30" width="164" as="alternateBounds" />
          </mxGeometry>
        </mxCell>
        <mxCell id="Xo8xpW6T9qOqPY2RvKqo-56" parent="Xo8xpW6T9qOqPY2RvKqo-49" style="shape=tableRow;horizontal=0;startSize=0;swimlaneHead=0;swimlaneBody=0;top=0;left=0;bottom=0;right=0;collapsible=0;dropTarget=0;fillColor=none;points=[[0,0.5],[1,0.5]];portConstraint=eastwest;strokeColor=inherit;fontSize=16;" value="" vertex="1">
          <mxGeometry height="30" width="198.47246442522373" y="90" as="geometry" />
        </mxCell>
        <mxCell id="Xo8xpW6T9qOqPY2RvKqo-57" parent="Xo8xpW6T9qOqPY2RvKqo-56" style="shape=partialRectangle;html=1;whiteSpace=wrap;connectable=0;fillColor=none;top=0;left=0;bottom=0;right=0;overflow=hidden;strokeColor=inherit;fontSize=16;fontColor=#000000;" value="FK" vertex="1">
          <mxGeometry height="30" width="34" as="geometry">
            <mxRectangle height="30" width="34" as="alternateBounds" />
          </mxGeometry>
        </mxCell>
        <mxCell id="Xo8xpW6T9qOqPY2RvKqo-58" parent="Xo8xpW6T9qOqPY2RvKqo-56" style="shape=partialRectangle;html=1;whiteSpace=wrap;connectable=0;fillColor=none;top=0;left=0;bottom=0;right=0;align=left;spacingLeft=6;overflow=hidden;strokeColor=inherit;fontSize=16;fontColor=#000000;" value="&lt;div style=&quot;text-align: left;&quot;&gt;&lt;font color=&quot;#000000&quot;&gt;&lt;span style=&quot;font-size: 12px;&quot;&gt;armadas_id : INT&lt;/span&gt;&lt;/font&gt;&lt;/div&gt;" vertex="1">
          <mxGeometry height="30" width="164" x="34" as="geometry">
            <mxRectangle height="30" width="164" as="alternateBounds" />
          </mxGeometry>
        </mxCell>
        <mxCell id="Xo8xpW6T9qOqPY2RvKqo-59" parent="Xo8xpW6T9qOqPY2RvKqo-49" style="shape=tableRow;horizontal=0;startSize=0;swimlaneHead=0;swimlaneBody=0;top=0;left=0;bottom=0;right=0;collapsible=0;dropTarget=0;fillColor=none;points=[[0,0.5],[1,0.5]];portConstraint=eastwest;strokeColor=inherit;fontSize=16;" value="" vertex="1">
          <mxGeometry height="30" width="198.47246442522373" y="120" as="geometry" />
        </mxCell>
        <mxCell id="Xo8xpW6T9qOqPY2RvKqo-60" parent="Xo8xpW6T9qOqPY2RvKqo-59" style="shape=partialRectangle;html=1;whiteSpace=wrap;connectable=0;fillColor=none;top=0;left=0;bottom=0;right=0;overflow=hidden;strokeColor=inherit;fontSize=16;fontColor=#000000;" value="" vertex="1">
          <mxGeometry height="30" width="34" as="geometry">
            <mxRectangle height="30" width="34" as="alternateBounds" />
          </mxGeometry>
        </mxCell>
        <mxCell id="Xo8xpW6T9qOqPY2RvKqo-61" parent="Xo8xpW6T9qOqPY2RvKqo-59" style="shape=partialRectangle;html=1;whiteSpace=wrap;connectable=0;fillColor=none;top=0;left=0;bottom=0;right=0;align=left;spacingLeft=6;overflow=hidden;strokeColor=inherit;fontSize=16;fontColor=#000000;" value="&lt;div style=&quot;text-align: center;&quot;&gt;&lt;span style=&quot;color: rgb(0, 0, 0); font-size: 12px; text-align: left;&quot;&gt;departure_date : DATE&lt;/span&gt;&lt;/div&gt;" vertex="1">
          <mxGeometry height="30" width="164" x="34" as="geometry">
            <mxRectangle height="30" width="164" as="alternateBounds" />
          </mxGeometry>
        </mxCell>
        <mxCell id="BzmTT121cw_u00IB5EKc-13" parent="Xo8xpW6T9qOqPY2RvKqo-49" style="shape=tableRow;horizontal=0;startSize=0;swimlaneHead=0;swimlaneBody=0;top=0;left=0;bottom=0;right=0;collapsible=0;dropTarget=0;fillColor=none;points=[[0,0.5],[1,0.5]];portConstraint=eastwest;strokeColor=inherit;fontSize=16;" value="" vertex="1">
          <mxGeometry height="30" width="198.47246442522373" y="150" as="geometry" />
        </mxCell>
        <mxCell id="BzmTT121cw_u00IB5EKc-14" parent="BzmTT121cw_u00IB5EKc-13" style="shape=partialRectangle;html=1;whiteSpace=wrap;connectable=0;fillColor=none;top=0;left=0;bottom=0;right=0;overflow=hidden;strokeColor=inherit;fontSize=16;fontColor=#000000;" value="" vertex="1">
          <mxGeometry height="30" width="34" as="geometry">
            <mxRectangle height="30" width="34" as="alternateBounds" />
          </mxGeometry>
        </mxCell>
        <mxCell id="BzmTT121cw_u00IB5EKc-15" parent="BzmTT121cw_u00IB5EKc-13" style="shape=partialRectangle;html=1;whiteSpace=wrap;connectable=0;fillColor=none;top=0;left=0;bottom=0;right=0;align=left;spacingLeft=6;overflow=hidden;strokeColor=inherit;fontSize=16;fontColor=#000000;" value="&lt;div style=&quot;text-align: center;&quot;&gt;&lt;span style=&quot;color: rgb(0, 0, 0); font-size: 12px; background-color: transparent; text-align: left;&quot;&gt;departure_date&lt;/span&gt;&lt;span style=&quot;color: rgb(0, 0, 0); font-size: 12px;&quot;&gt; : TIME&lt;/span&gt;&lt;/div&gt;" vertex="1">
          <mxGeometry height="30" width="164" x="34" as="geometry">
            <mxRectangle height="30" width="164" as="alternateBounds" />
          </mxGeometry>
        </mxCell>
        <mxCell id="BzmTT121cw_u00IB5EKc-16" parent="Xo8xpW6T9qOqPY2RvKqo-49" style="shape=tableRow;horizontal=0;startSize=0;swimlaneHead=0;swimlaneBody=0;top=0;left=0;bottom=0;right=0;collapsible=0;dropTarget=0;fillColor=none;points=[[0,0.5],[1,0.5]];portConstraint=eastwest;strokeColor=inherit;fontSize=16;" value="" vertex="1">
          <mxGeometry height="30" width="198.47246442522373" y="180" as="geometry" />
        </mxCell>
        <mxCell id="BzmTT121cw_u00IB5EKc-17" parent="BzmTT121cw_u00IB5EKc-16" style="shape=partialRectangle;html=1;whiteSpace=wrap;connectable=0;fillColor=none;top=0;left=0;bottom=0;right=0;overflow=hidden;strokeColor=inherit;fontSize=16;fontColor=#000000;" value="" vertex="1">
          <mxGeometry height="30" width="34" as="geometry">
            <mxRectangle height="30" width="34" as="alternateBounds" />
          </mxGeometry>
        </mxCell>
        <mxCell id="BzmTT121cw_u00IB5EKc-18" parent="BzmTT121cw_u00IB5EKc-16" style="shape=partialRectangle;html=1;whiteSpace=wrap;connectable=0;fillColor=none;top=0;left=0;bottom=0;right=0;align=left;spacingLeft=6;overflow=hidden;strokeColor=inherit;fontSize=16;fontColor=#000000;" value="&lt;div style=&quot;text-align: center;&quot;&gt;&lt;span style=&quot;color: rgb(0, 0, 0); font-size: 12px; background-color: transparent;&quot;&gt;price : DECIMAL(10,2)&lt;/span&gt;&lt;/div&gt;" vertex="1">
          <mxGeometry height="30" width="164" x="34" as="geometry">
            <mxRectangle height="30" width="164" as="alternateBounds" />
          </mxGeometry>
        </mxCell>
        <mxCell id="Xo8xpW6T9qOqPY2RvKqo-62" edge="1" parent="Xo8xpW6T9qOqPY2RvKqo-49" source="Xo8xpW6T9qOqPY2RvKqo-50" style="endArrow=none;html=1;rounded=0;strokeColor=#000000;entryX=1.002;entryY=0.898;entryDx=0;entryDy=0;entryPerimeter=0;exitX=0;exitY=0.9;exitDx=0;exitDy=0;exitPerimeter=0;" target="Xo8xpW6T9qOqPY2RvKqo-50" value="">
          <mxGeometry height="50" relative="1" width="50" as="geometry">
            <mxPoint x="72" y="102" as="sourcePoint" />
            <mxPoint x="122" y="52" as="targetPoint" />
          </mxGeometry>
        </mxCell>
        <mxCell id="Xo8xpW6T9qOqPY2RvKqo-63" parent="1" style="shape=table;startSize=30;container=1;collapsible=0;childLayout=tableLayout;fixedRows=1;rowLines=0;fontStyle=1;strokeColor=#000000;fontSize=16;fontColor=#000000;fillColor=#FFFFFF;" value="Bookings" vertex="1">
-           <mxGeometry height="150" width="225.59746442522385" x="472" y="357" as="geometry" />
+           <mxGeometry height="240" width="230.26415502724592" x="472" y="357" as="geometry" />
        </mxCell>
        <mxCell id="Xo8xpW6T9qOqPY2RvKqo-64" parent="Xo8xpW6T9qOqPY2RvKqo-63" style="shape=tableRow;horizontal=0;startSize=0;swimlaneHead=0;swimlaneBody=0;top=0;left=0;bottom=0;right=0;collapsible=0;dropTarget=0;fillColor=none;points=[[0,0.5],[1,0.5]];portConstraint=eastwest;strokeColor=inherit;fontSize=16;" value="" vertex="1">
-           <mxGeometry height="30" width="225.59746442522385" y="30" as="geometry" />
+           <mxGeometry height="30" width="230.26415502724592" y="30" as="geometry" />
        </mxCell>
        <mxCell id="Xo8xpW6T9qOqPY2RvKqo-65" parent="Xo8xpW6T9qOqPY2RvKqo-64" style="shape=partialRectangle;html=1;whiteSpace=wrap;connectable=0;fillColor=none;top=0;left=0;bottom=0;right=0;overflow=hidden;pointerEvents=1;strokeColor=#000000;fontSize=16;fontColor=#000000;" value="&lt;b&gt;&lt;font style=&quot;font-size: 14px;&quot;&gt;PK&lt;/font&gt;&lt;/b&gt;" vertex="1">
          <mxGeometry height="30" width="34" as="geometry">
            <mxRectangle height="30" width="34" as="alternateBounds" />
          </mxGeometry>
        </mxCell>
        <mxCell id="Xo8xpW6T9qOqPY2RvKqo-66" parent="Xo8xpW6T9qOqPY2RvKqo-64" style="shape=partialRectangle;html=1;whiteSpace=wrap;connectable=0;fillColor=none;top=0;left=0;bottom=0;right=0;align=left;spacingLeft=6;overflow=hidden;strokeColor=#000000;fontSize=16;fontColor=#000000;" value="&lt;font style=&quot;font-size: 12px;&quot;&gt;&lt;b&gt;id : INT&lt;/b&gt;&lt;/font&gt;" vertex="1">
-           <mxGeometry height="30" width="192" x="34" as="geometry">
-             <mxRectangle height="30" width="192" as="alternateBounds" />
+           <mxGeometry height="30" width="196" x="34" as="geometry">
+             <mxRectangle height="30" width="196" as="alternateBounds" />
          </mxGeometry>
        </mxCell>
        <mxCell id="Xo8xpW6T9qOqPY2RvKqo-67" parent="Xo8xpW6T9qOqPY2RvKqo-63" style="shape=tableRow;horizontal=0;startSize=0;swimlaneHead=0;swimlaneBody=0;top=0;left=0;bottom=0;right=0;collapsible=0;dropTarget=0;fillColor=none;points=[[0,0.5],[1,0.5]];portConstraint=eastwest;strokeColor=inherit;fontSize=16;" value="" vertex="1">
-           <mxGeometry height="30" width="225.59746442522385" y="60" as="geometry" />
+           <mxGeometry height="30" width="230.26415502724592" y="60" as="geometry" />
        </mxCell>
        <mxCell id="Xo8xpW6T9qOqPY2RvKqo-68" parent="Xo8xpW6T9qOqPY2RvKqo-67" style="shape=partialRectangle;html=1;whiteSpace=wrap;connectable=0;fillColor=none;top=0;left=0;bottom=0;right=0;overflow=hidden;strokeColor=inherit;fontSize=16;fontColor=#000000;" value="" vertex="1">
          <mxGeometry height="30" width="34" as="geometry">
            <mxRectangle height="30" width="34" as="alternateBounds" />
          </mxGeometry>
        </mxCell>
        <mxCell id="Xo8xpW6T9qOqPY2RvKqo-69" parent="Xo8xpW6T9qOqPY2RvKqo-67" style="shape=partialRectangle;html=1;whiteSpace=wrap;connectable=0;fillColor=none;top=0;left=0;bottom=0;right=0;align=left;spacingLeft=6;overflow=hidden;strokeColor=inherit;fontSize=16;fontColor=#000000;" value="&lt;font color=&quot;#000000&quot;&gt;&lt;span style=&quot;font-size: 12px;&quot;&gt;bookings_code : VARCHAR(12)&lt;/span&gt;&lt;/font&gt;" vertex="1">
-           <mxGeometry height="30" width="192" x="34" as="geometry">
-             <mxRectangle height="30" width="192" as="alternateBounds" />
+           <mxGeometry height="30" width="196" x="34" as="geometry">
+             <mxRectangle height="30" width="196" as="alternateBounds" />
+           </mxGeometry>
+         </mxCell>
+         <mxCell id="BzmTT121cw_u00IB5EKc-25" parent="Xo8xpW6T9qOqPY2RvKqo-63" style="shape=tableRow;horizontal=0;startSize=0;swimlaneHead=0;swimlaneBody=0;top=0;left=0;bottom=0;right=0;collapsible=0;dropTarget=0;fillColor=none;points=[[0,0.5],[1,0.5]];portConstraint=eastwest;strokeColor=inherit;fontSize=16;" value="" vertex="1">
+           <mxGeometry height="30" width="230.26415502724592" y="90" as="geometry" />
+         </mxCell>
+         <mxCell id="BzmTT121cw_u00IB5EKc-26" parent="BzmTT121cw_u00IB5EKc-25" style="shape=partialRectangle;html=1;whiteSpace=wrap;connectable=0;fillColor=none;top=0;left=0;bottom=0;right=0;overflow=hidden;strokeColor=inherit;fontSize=16;fontColor=#000000;" value="FK" vertex="1">
+           <mxGeometry height="30" width="34" as="geometry">
+             <mxRectangle height="30" width="34" as="alternateBounds" />
+           </mxGeometry>
+         </mxCell>
+         <mxCell id="BzmTT121cw_u00IB5EKc-27" parent="BzmTT121cw_u00IB5EKc-25" style="shape=partialRectangle;html=1;whiteSpace=wrap;connectable=0;fillColor=none;top=0;left=0;bottom=0;right=0;align=left;spacingLeft=6;overflow=hidden;strokeColor=inherit;fontSize=16;fontColor=#000000;" value="&lt;font color=&quot;#000000&quot;&gt;&lt;span style=&quot;font-size: 12px;&quot;&gt;customers_id : int&lt;/span&gt;&lt;/font&gt;" vertex="1">
+           <mxGeometry height="30" width="196" x="34" as="geometry">
+             <mxRectangle height="30" width="196" as="alternateBounds" />
          </mxGeometry>
        </mxCell>
        <mxCell id="Xo8xpW6T9qOqPY2RvKqo-70" parent="Xo8xpW6T9qOqPY2RvKqo-63" style="shape=tableRow;horizontal=0;startSize=0;swimlaneHead=0;swimlaneBody=0;top=0;left=0;bottom=0;right=0;collapsible=0;dropTarget=0;fillColor=none;points=[[0,0.5],[1,0.5]];portConstraint=eastwest;strokeColor=inherit;fontSize=16;" value="" vertex="1">
-           <mxGeometry height="30" width="225.59746442522385" y="90" as="geometry" />
+           <mxGeometry height="30" width="230.26415502724592" y="120" as="geometry" />
        </mxCell>
        <mxCell id="Xo8xpW6T9qOqPY2RvKqo-71" parent="Xo8xpW6T9qOqPY2RvKqo-70" style="shape=partialRectangle;html=1;whiteSpace=wrap;connectable=0;fillColor=none;top=0;left=0;bottom=0;right=0;overflow=hidden;strokeColor=inherit;fontSize=16;fontColor=#000000;" value="" vertex="1">
          <mxGeometry height="30" width="34" as="geometry">
            <mxRectangle height="30" width="34" as="alternateBounds" />
          </mxGeometry>
        </mxCell>
        <mxCell id="Xo8xpW6T9qOqPY2RvKqo-72" parent="Xo8xpW6T9qOqPY2RvKqo-70" style="shape=partialRectangle;html=1;whiteSpace=wrap;connectable=0;fillColor=none;top=0;left=0;bottom=0;right=0;align=left;spacingLeft=6;overflow=hidden;strokeColor=inherit;fontSize=16;fontColor=#000000;" value="&lt;div style=&quot;text-align: left;&quot;&gt;&lt;span style=&quot;color: rgb(0, 0, 0); font-size: 12px; background-color: transparent;&quot;&gt;total_amount : DECIMAL(10,2)&lt;/span&gt;&lt;/div&gt;" vertex="1">
-           <mxGeometry height="30" width="192" x="34" as="geometry">
-             <mxRectangle height="30" width="192" as="alternateBounds" />
+           <mxGeometry height="30" width="196" x="34" as="geometry">
+             <mxRectangle height="30" width="196" as="alternateBounds" />
          </mxGeometry>
        </mxCell>
        <mxCell id="Xo8xpW6T9qOqPY2RvKqo-73" parent="Xo8xpW6T9qOqPY2RvKqo-63" style="shape=tableRow;horizontal=0;startSize=0;swimlaneHead=0;swimlaneBody=0;top=0;left=0;bottom=0;right=0;collapsible=0;dropTarget=0;fillColor=none;points=[[0,0.5],[1,0.5]];portConstraint=eastwest;strokeColor=inherit;fontSize=16;" value="" vertex="1">
-           <mxGeometry height="30" width="225.59746442522385" y="120" as="geometry" />
+           <mxGeometry height="30" width="230.26415502724592" y="150" as="geometry" />
        </mxCell>
        <mxCell id="Xo8xpW6T9qOqPY2RvKqo-74" parent="Xo8xpW6T9qOqPY2RvKqo-73" style="shape=partialRectangle;html=1;whiteSpace=wrap;connectable=0;fillColor=none;top=0;left=0;bottom=0;right=0;overflow=hidden;strokeColor=inherit;fontSize=16;fontColor=#000000;" value="" vertex="1">
          <mxGeometry height="30" width="34" as="geometry">
            <mxRectangle height="30" width="34" as="alternateBounds" />
          </mxGeometry>
        </mxCell>
        <mxCell id="Xo8xpW6T9qOqPY2RvKqo-75" parent="Xo8xpW6T9qOqPY2RvKqo-73" style="shape=partialRectangle;html=1;whiteSpace=wrap;connectable=0;fillColor=none;top=0;left=0;bottom=0;right=0;align=left;spacingLeft=6;overflow=hidden;strokeColor=inherit;fontSize=16;fontColor=#000000;" value="&lt;div style=&quot;text-align: center;&quot;&gt;&lt;span style=&quot;color: rgb(0, 0, 0); font-size: 12px; background-color: transparent;&quot;&gt;payment_status : ENUM&lt;/span&gt;&lt;/div&gt;" vertex="1">
-           <mxGeometry height="30" width="192" x="34" as="geometry">
-             <mxRectangle height="30" width="192" as="alternateBounds" />
+           <mxGeometry height="30" width="196" x="34" as="geometry">
+             <mxRectangle height="30" width="196" as="alternateBounds" />
+           </mxGeometry>
+         </mxCell>
+         <mxCell id="BzmTT121cw_u00IB5EKc-31" parent="Xo8xpW6T9qOqPY2RvKqo-63" style="shape=tableRow;horizontal=0;startSize=0;swimlaneHead=0;swimlaneBody=0;top=0;left=0;bottom=0;right=0;collapsible=0;dropTarget=0;fillColor=none;points=[[0,0.5],[1,0.5]];portConstraint=eastwest;strokeColor=inherit;fontSize=16;" value="" vertex="1">
+           <mxGeometry height="30" width="230.26415502724592" y="180" as="geometry" />
+         </mxCell>
+         <mxCell id="BzmTT121cw_u00IB5EKc-32" parent="BzmTT121cw_u00IB5EKc-31" style="shape=partialRectangle;html=1;whiteSpace=wrap;connectable=0;fillColor=none;top=0;left=0;bottom=0;right=0;overflow=hidden;strokeColor=inherit;fontSize=16;fontColor=#000000;" value="" vertex="1">
+           <mxGeometry height="30" width="34" as="geometry">
+             <mxRectangle height="30" width="34" as="alternateBounds" />
+           </mxGeometry>
+         </mxCell>
+         <mxCell id="BzmTT121cw_u00IB5EKc-33" parent="BzmTT121cw_u00IB5EKc-31" style="shape=partialRectangle;html=1;whiteSpace=wrap;connectable=0;fillColor=none;top=0;left=0;bottom=0;right=0;align=left;spacingLeft=6;overflow=hidden;strokeColor=inherit;fontSize=16;fontColor=#000000;" value="&lt;div style=&quot;text-align: center;&quot;&gt;&lt;span style=&quot;color: rgb(0, 0, 0); font-size: 12px; background-color: transparent;&quot;&gt;payment_method : VARCHAR(30)&lt;/span&gt;&lt;/div&gt;" vertex="1">
+           <mxGeometry height="30" width="196" x="34" as="geometry">
+             <mxRectangle height="30" width="196" as="alternateBounds" />
+           </mxGeometry>
+         </mxCell>
+         <mxCell id="BzmTT121cw_u00IB5EKc-28" parent="Xo8xpW6T9qOqPY2RvKqo-63" style="shape=tableRow;horizontal=0;startSize=0;swimlaneHead=0;swimlaneBody=0;top=0;left=0;bottom=0;right=0;collapsible=0;dropTarget=0;fillColor=none;points=[[0,0.5],[1,0.5]];portConstraint=eastwest;strokeColor=inherit;fontSize=16;" value="" vertex="1">
+           <mxGeometry height="30" width="230.26415502724592" y="210" as="geometry" />
+         </mxCell>
+         <mxCell id="BzmTT121cw_u00IB5EKc-29" parent="BzmTT121cw_u00IB5EKc-28" style="shape=partialRectangle;html=1;whiteSpace=wrap;connectable=0;fillColor=none;top=0;left=0;bottom=0;right=0;overflow=hidden;strokeColor=inherit;fontSize=16;fontColor=#000000;" value="" vertex="1">
+           <mxGeometry height="30" width="34" as="geometry">
+             <mxRectangle height="30" width="34" as="alternateBounds" />
+           </mxGeometry>
+         </mxCell>
+         <mxCell id="BzmTT121cw_u00IB5EKc-30" parent="BzmTT121cw_u00IB5EKc-28" style="shape=partialRectangle;html=1;whiteSpace=wrap;connectable=0;fillColor=none;top=0;left=0;bottom=0;right=0;align=left;spacingLeft=6;overflow=hidden;strokeColor=inherit;fontSize=16;fontColor=#000000;" value="&lt;div style=&quot;text-align: center;&quot;&gt;&lt;span style=&quot;color: rgb(0, 0, 0); font-size: 12px; background-color: transparent;&quot;&gt;created_at : TIMESTAMP&lt;/span&gt;&lt;/div&gt;" vertex="1">
+           <mxGeometry height="30" width="196" x="34" as="geometry">
+             <mxRectangle height="30" width="196" as="alternateBounds" />
          </mxGeometry>
        </mxCell>
        <mxCell id="Xo8xpW6T9qOqPY2RvKqo-76" edge="1" parent="Xo8xpW6T9qOqPY2RvKqo-63" source="Xo8xpW6T9qOqPY2RvKqo-64" style="endArrow=none;html=1;rounded=0;strokeColor=#000000;entryX=1.002;entryY=0.898;entryDx=0;entryDy=0;entryPerimeter=0;exitX=0;exitY=0.9;exitDx=0;exitDy=0;exitPerimeter=0;" target="Xo8xpW6T9qOqPY2RvKqo-64" value="">
          <mxGeometry height="50" relative="1" width="50" as="geometry">
            <mxPoint x="72" y="102" as="sourcePoint" />
            <mxPoint x="122" y="52" as="targetPoint" />
          </mxGeometry>
        </mxCell>
        <mxCell id="4wj_1gfYNaP55m7zzhlJ-1" parent="1" style="shape=table;startSize=30;container=1;collapsible=0;childLayout=tableLayout;fixedRows=1;rowLines=0;fontStyle=1;strokeColor=#000000;fontSize=16;fontColor=#000000;fillColor=#FFFFFF;" value="Tickets" vertex="1">
          <mxGeometry height="210" width="241.93083844866135" x="830.75" y="347" as="geometry" />
        </mxCell>
        <mxCell id="4wj_1gfYNaP55m7zzhlJ-2" parent="4wj_1gfYNaP55m7zzhlJ-1" style="shape=tableRow;horizontal=0;startSize=0;swimlaneHead=0;swimlaneBody=0;top=0;left=0;bottom=0;right=0;collapsible=0;dropTarget=0;fillColor=none;points=[[0,0.5],[1,0.5]];portConstraint=eastwest;strokeColor=inherit;fontSize=16;" value="" vertex="1">
          <mxGeometry height="30" width="241.93083844866135" y="30" as="geometry" />
        </mxCell>
        <mxCell id="4wj_1gfYNaP55m7zzhlJ-3" parent="4wj_1gfYNaP55m7zzhlJ-2" style="shape=partialRectangle;html=1;whiteSpace=wrap;connectable=0;fillColor=none;top=0;left=0;bottom=0;right=0;overflow=hidden;pointerEvents=1;strokeColor=#000000;fontSize=16;fontColor=#000000;" value="&lt;b&gt;&lt;font style=&quot;font-size: 14px;&quot;&gt;PK&lt;/font&gt;&lt;/b&gt;" vertex="1">
          <mxGeometry height="30" width="34" as="geometry">
            <mxRectangle height="30" width="34" as="alternateBounds" />
          </mxGeometry>
        </mxCell>
        <mxCell id="4wj_1gfYNaP55m7zzhlJ-4" parent="4wj_1gfYNaP55m7zzhlJ-2" style="shape=partialRectangle;html=1;whiteSpace=wrap;connectable=0;fillColor=none;top=0;left=0;bottom=0;right=0;align=left;spacingLeft=6;overflow=hidden;strokeColor=#000000;fontSize=16;fontColor=#000000;" value="&lt;font style=&quot;font-size: 12px;&quot;&gt;&lt;b&gt;id : INT&lt;/b&gt;&lt;/font&gt;" vertex="1">
          <mxGeometry height="30" width="208" x="34" as="geometry">
            <mxRectangle height="30" width="208" as="alternateBounds" />
          </mxGeometry>
        </mxCell>
        <mxCell id="4wj_1gfYNaP55m7zzhlJ-5" parent="4wj_1gfYNaP55m7zzhlJ-1" style="shape=tableRow;horizontal=0;startSize=0;swimlaneHead=0;swimlaneBody=0;top=0;left=0;bottom=0;right=0;collapsible=0;dropTarget=0;fillColor=none;points=[[0,0.5],[1,0.5]];portConstraint=eastwest;strokeColor=inherit;fontSize=16;" value="" vertex="1">
          <mxGeometry height="30" width="241.93083844866135" y="60" as="geometry" />
        </mxCell>
        <mxCell id="4wj_1gfYNaP55m7zzhlJ-6" parent="4wj_1gfYNaP55m7zzhlJ-5" style="shape=partialRectangle;html=1;whiteSpace=wrap;connectable=0;fillColor=none;top=0;left=0;bottom=0;right=0;overflow=hidden;strokeColor=inherit;fontSize=16;fontColor=#000000;" value="&lt;font style=&quot;font-size: 14px;&quot;&gt;FK&lt;/font&gt;" vertex="1">
          <mxGeometry height="30" width="34" as="geometry">
            <mxRectangle height="30" width="34" as="alternateBounds" />
          </mxGeometry>
        </mxCell>
        <mxCell id="4wj_1gfYNaP55m7zzhlJ-7" parent="4wj_1gfYNaP55m7zzhlJ-5" style="shape=partialRectangle;html=1;whiteSpace=wrap;connectable=0;fillColor=none;top=0;left=0;bottom=0;right=0;align=left;spacingLeft=6;overflow=hidden;strokeColor=inherit;fontSize=16;fontColor=#000000;" value="&lt;font color=&quot;#000000&quot;&gt;&lt;span style=&quot;font-size: 12px;&quot;&gt;bookings_id : INT&lt;/span&gt;&lt;/font&gt;" vertex="1">
          <mxGeometry height="30" width="208" x="34" as="geometry">
            <mxRectangle height="30" width="208" as="alternateBounds" />
          </mxGeometry>
        </mxCell>
        <mxCell id="4wj_1gfYNaP55m7zzhlJ-8" parent="4wj_1gfYNaP55m7zzhlJ-1" style="shape=tableRow;horizontal=0;startSize=0;swimlaneHead=0;swimlaneBody=0;top=0;left=0;bottom=0;right=0;collapsible=0;dropTarget=0;fillColor=none;points=[[0,0.5],[1,0.5]];portConstraint=eastwest;strokeColor=inherit;fontSize=16;" value="" vertex="1">
          <mxGeometry height="30" width="241.93083844866135" y="90" as="geometry" />
        </mxCell>
        <mxCell id="4wj_1gfYNaP55m7zzhlJ-9" parent="4wj_1gfYNaP55m7zzhlJ-8" style="shape=partialRectangle;html=1;whiteSpace=wrap;connectable=0;fillColor=none;top=0;left=0;bottom=0;right=0;overflow=hidden;strokeColor=inherit;fontSize=16;fontColor=#000000;" value="&lt;span style=&quot;font-size: 14px;&quot;&gt;FK&lt;/span&gt;" vertex="1">
          <mxGeometry height="30" width="34" as="geometry">
            <mxRectangle height="30" width="34" as="alternateBounds" />
          </mxGeometry>
        </mxCell>
        <mxCell id="4wj_1gfYNaP55m7zzhlJ-10" parent="4wj_1gfYNaP55m7zzhlJ-8" style="shape=partialRectangle;html=1;whiteSpace=wrap;connectable=0;fillColor=none;top=0;left=0;bottom=0;right=0;align=left;spacingLeft=6;overflow=hidden;strokeColor=inherit;fontSize=16;fontColor=#000000;" value="&lt;div style=&quot;text-align: left;&quot;&gt;&lt;span style=&quot;color: rgb(0, 0, 0); font-size: 12px;&quot;&gt;schedule_id : INT&lt;/span&gt;&lt;/div&gt;" vertex="1">
          <mxGeometry height="30" width="208" x="34" as="geometry">
            <mxRectangle height="30" width="208" as="alternateBounds" />
          </mxGeometry>
        </mxCell>
        <mxCell id="4wj_1gfYNaP55m7zzhlJ-11" parent="4wj_1gfYNaP55m7zzhlJ-1" style="shape=tableRow;horizontal=0;startSize=0;swimlaneHead=0;swimlaneBody=0;top=0;left=0;bottom=0;right=0;collapsible=0;dropTarget=0;fillColor=none;points=[[0,0.5],[1,0.5]];portConstraint=eastwest;strokeColor=inherit;fontSize=16;" value="" vertex="1">
          <mxGeometry height="30" width="241.93083844866135" y="120" as="geometry" />
        </mxCell>
        <mxCell id="4wj_1gfYNaP55m7zzhlJ-12" parent="4wj_1gfYNaP55m7zzhlJ-11" style="shape=partialRectangle;html=1;whiteSpace=wrap;connectable=0;fillColor=none;top=0;left=0;bottom=0;right=0;overflow=hidden;strokeColor=inherit;fontSize=16;fontColor=#000000;" value="" vertex="1">
          <mxGeometry height="30" width="34" as="geometry">
            <mxRectangle height="30" width="34" as="alternateBounds" />
          </mxGeometry>
        </mxCell>
        <mxCell id="4wj_1gfYNaP55m7zzhlJ-13" parent="4wj_1gfYNaP55m7zzhlJ-11" style="shape=partialRectangle;html=1;whiteSpace=wrap;connectable=0;fillColor=none;top=0;left=0;bottom=0;right=0;align=left;spacingLeft=6;overflow=hidden;strokeColor=inherit;fontSize=16;fontColor=#000000;" value="&lt;div style=&quot;text-align: center;&quot;&gt;&lt;span style=&quot;color: rgb(0, 0, 0); font-size: 12px; text-align: left;&quot;&gt;passengerr_name : VARCHAR(100)&lt;/span&gt;&lt;/div&gt;" vertex="1">
          <mxGeometry height="30" width="208" x="34" as="geometry">
            <mxRectangle height="30" width="208" as="alternateBounds" />
          </mxGeometry>
        </mxCell>
        <mxCell id="4wj_1gfYNaP55m7zzhlJ-15" parent="4wj_1gfYNaP55m7zzhlJ-1" style="shape=tableRow;horizontal=0;startSize=0;swimlaneHead=0;swimlaneBody=0;top=0;left=0;bottom=0;right=0;collapsible=0;dropTarget=0;fillColor=none;points=[[0,0.5],[1,0.5]];portConstraint=eastwest;strokeColor=inherit;fontSize=16;" value="" vertex="1">
          <mxGeometry height="30" width="241.93083844866135" y="150" as="geometry" />
        </mxCell>
        <mxCell id="4wj_1gfYNaP55m7zzhlJ-16" parent="4wj_1gfYNaP55m7zzhlJ-15" style="shape=partialRectangle;html=1;whiteSpace=wrap;connectable=0;fillColor=none;top=0;left=0;bottom=0;right=0;overflow=hidden;strokeColor=inherit;fontSize=16;fontColor=#000000;" value="" vertex="1">
          <mxGeometry height="30" width="34" as="geometry">
            <mxRectangle height="30" width="34" as="alternateBounds" />
          </mxGeometry>
        </mxCell>
        <mxCell id="4wj_1gfYNaP55m7zzhlJ-17" parent="4wj_1gfYNaP55m7zzhlJ-15" style="shape=partialRectangle;html=1;whiteSpace=wrap;connectable=0;fillColor=none;top=0;left=0;bottom=0;right=0;align=left;spacingLeft=6;overflow=hidden;strokeColor=inherit;fontSize=16;fontColor=#000000;" value="&lt;div style=&quot;text-align: center;&quot;&gt;&lt;span style=&quot;color: rgb(0, 0, 0); font-size: 12px; text-align: left;&quot;&gt;passenger_id_card : VARCHAR(20)&lt;/span&gt;&lt;/div&gt;" vertex="1">
          <mxGeometry height="30" width="208" x="34" as="geometry">
            <mxRectangle height="30" width="208" as="alternateBounds" />
          </mxGeometry>
        </mxCell>
        <mxCell id="4wj_1gfYNaP55m7zzhlJ-18" parent="4wj_1gfYNaP55m7zzhlJ-1" style="shape=tableRow;horizontal=0;startSize=0;swimlaneHead=0;swimlaneBody=0;top=0;left=0;bottom=0;right=0;collapsible=0;dropTarget=0;fillColor=none;points=[[0,0.5],[1,0.5]];portConstraint=eastwest;strokeColor=inherit;fontSize=16;" value="" vertex="1">
          <mxGeometry height="30" width="241.93083844866135" y="180" as="geometry" />
        </mxCell>
        <mxCell id="4wj_1gfYNaP55m7zzhlJ-19" parent="4wj_1gfYNaP55m7zzhlJ-18" style="shape=partialRectangle;html=1;whiteSpace=wrap;connectable=0;fillColor=none;top=0;left=0;bottom=0;right=0;overflow=hidden;strokeColor=inherit;fontSize=16;fontColor=#000000;" value="" vertex="1">
          <mxGeometry height="30" width="34" as="geometry">
            <mxRectangle height="30" width="34" as="alternateBounds" />
          </mxGeometry>
        </mxCell>
        <mxCell id="4wj_1gfYNaP55m7zzhlJ-20" parent="4wj_1gfYNaP55m7zzhlJ-18" style="shape=partialRectangle;html=1;whiteSpace=wrap;connectable=0;fillColor=none;top=0;left=0;bottom=0;right=0;align=left;spacingLeft=6;overflow=hidden;strokeColor=inherit;fontSize=16;fontColor=#000000;" value="&lt;div style=&quot;text-align: center;&quot;&gt;&lt;span style=&quot;color: rgb(0, 0, 0); font-size: 12px; text-align: left;&quot;&gt;seat_number : INT&lt;/span&gt;&lt;/div&gt;" vertex="1">
          <mxGeometry height="30" width="208" x="34" as="geometry">
            <mxRectangle height="30" width="208" as="alternateBounds" />
          </mxGeometry>
        </mxCell>
        <mxCell id="4wj_1gfYNaP55m7zzhlJ-14" edge="1" parent="4wj_1gfYNaP55m7zzhlJ-1" source="4wj_1gfYNaP55m7zzhlJ-2" style="endArrow=none;html=1;rounded=0;strokeColor=#000000;entryX=1.002;entryY=0.898;entryDx=0;entryDy=0;entryPerimeter=0;exitX=0;exitY=0.9;exitDx=0;exitDy=0;exitPerimeter=0;" target="4wj_1gfYNaP55m7zzhlJ-2" value="">
          <mxGeometry height="50" relative="1" width="50" as="geometry">
            <mxPoint x="72" y="102" as="sourcePoint" />
            <mxPoint x="122" y="52" as="targetPoint" />
          </mxGeometry>
        </mxCell>
      </root>
    </mxGraphModel>
  </diagram>
</mxfile>
